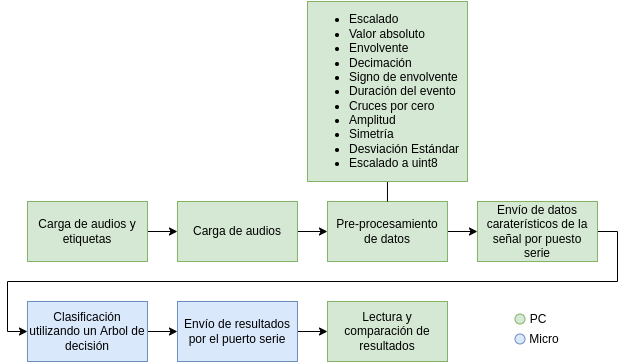
Before: ia-embebida/tp-final/assets/img/diagrama-de-flujo.png, a diagram exported from draw.io (achurichi/CEIA). Source tidied: cells renumbered, new cells last; positions are measured from the earlier drawing's top-left corner, leaving out a move shared by most shapes. Its diagram source:
```xml
<mxGraphModel>
  <root>
    <mxCell id="0" />
    <mxCell id="1" parent="0" />
    <mxCell id="2" style="edgeStyle=orthogonalEdgeStyle;rounded=0;jettySize=auto;html=1;entryX=0;entryY=0.5;entryDx=0;entryDy=0;endArrow=classic;endFill=1;" parent="1" edge="1" source="3" target="5">
      <mxGeometry relative="1" as="geometry" />
    </mxCell>
    <mxCell id="3" value="Carga de audios y etiquetas" style="rounded=0;whiteSpace=wrap;html=1;fillColor=#d5e8d4;strokeColor=#82b366;" parent="1" vertex="1">
      <mxGeometry x="20" y="200" width="120" height="60" as="geometry" />
    </mxCell>
    <mxCell id="4" style="edgeStyle=orthogonalEdgeStyle;rounded=0;jettySize=auto;html=1;entryX=0;entryY=0.5;entryDx=0;entryDy=0;endArrow=classic;endFill=1;" parent="1" edge="1" source="5" target="7">
      <mxGeometry relative="1" as="geometry" />
    </mxCell>
    <mxCell id="5" value="Carga de audios" style="rounded=0;whiteSpace=wrap;html=1;fillColor=#d5e8d4;strokeColor=#82b366;" parent="1" vertex="1">
      <mxGeometry x="170" y="200" width="120" height="60" as="geometry" />
    </mxCell>
    <mxCell id="6" style="edgeStyle=orthogonalEdgeStyle;rounded=0;jettySize=auto;html=1;entryX=0;entryY=0.5;entryDx=0;entryDy=0;endArrow=classic;endFill=1;" parent="1" edge="1" source="7" target="9">
      <mxGeometry relative="1" as="geometry" />
    </mxCell>
    <mxCell id="7" value="Pre-procesamiento de datos" style="rounded=0;whiteSpace=wrap;html=1;fillColor=#d5e8d4;strokeColor=#82b366;" parent="1" vertex="1">
      <mxGeometry x="320" y="200" width="120" height="60" as="geometry" />
    </mxCell>
    <mxCell id="8" style="edgeStyle=orthogonalEdgeStyle;rounded=0;jettySize=auto;html=1;entryX=0;entryY=0.5;entryDx=0;entryDy=0;endArrow=classic;endFill=1;" parent="1" edge="1" source="9" target="11">
      <mxGeometry relative="1" as="geometry">
        <Array as="points">
          <mxPoint x="610" y="230" />
          <mxPoint x="610" y="280" />
          <mxPoint y="280" />
          <mxPoint y="330" />
        </Array>
      </mxGeometry>
    </mxCell>
    <mxCell id="9" value="Envío de datos caraterísticos de la señal por puesto serie" style="rounded=0;whiteSpace=wrap;html=1;fillColor=#d5e8d4;strokeColor=#82b366;" parent="1" vertex="1">
      <mxGeometry x="470" y="200" width="120" height="60" as="geometry" />
    </mxCell>
    <mxCell id="10" style="edgeStyle=orthogonalEdgeStyle;rounded=0;jettySize=auto;html=1;entryX=0;entryY=0.5;entryDx=0;entryDy=0;endArrow=classic;endFill=1;" parent="1" edge="1" source="11" target="15">
      <mxGeometry relative="1" as="geometry" />
    </mxCell>
    <mxCell id="11" value="Clasificación utilizando un Arbol de decisión" style="rounded=0;whiteSpace=wrap;html=1;fillColor=#dae8fc;strokeColor=#6c8ebf;" parent="1" vertex="1">
      <mxGeometry x="20" y="300" width="120" height="60" as="geometry" />
    </mxCell>
    <mxCell id="12" style="edgeStyle=orthogonalEdgeStyle;rounded=0;jettySize=auto;html=1;exitX=0.5;exitY=1;exitDx=0;exitDy=0;entryX=0.5;entryY=0;entryDx=0;entryDy=0;endArrow=none;endFill=0;" parent="1" edge="1" source="13" target="7">
      <mxGeometry relative="1" as="geometry" />
    </mxCell>
    <mxCell id="13" value="&lt;ul&gt;&lt;li style=&quot;&quot;&gt;&lt;span style=&quot;background-color: initial;&quot;&gt;Escalado&lt;/span&gt;&lt;/li&gt;&lt;li style=&quot;&quot;&gt;Valor absoluto&lt;/li&gt;&lt;li style=&quot;&quot;&gt;Envolvente&lt;/li&gt;&lt;li style=&quot;&quot;&gt;Decimación&lt;/li&gt;&lt;li style=&quot;&quot;&gt;Signo de envolvente&lt;/li&gt;&lt;li style=&quot;&quot;&gt;Duración del evento&lt;/li&gt;&lt;li style=&quot;&quot;&gt;Cruces por cero&lt;/li&gt;&lt;li style=&quot;&quot;&gt;Amplitud&lt;/li&gt;&lt;li style=&quot;&quot;&gt;Simetría&lt;/li&gt;&lt;li style=&quot;&quot;&gt;Desviación Estándar&lt;/li&gt;&lt;li style=&quot;&quot;&gt;Escalado a uint8&lt;/li&gt;&lt;/ul&gt;" style="rounded=0;whiteSpace=wrap;html=1;align=left;fillColor=#d5e8d4;strokeColor=#82b366;" parent="1" vertex="1">
      <mxGeometry x="300" width="160" height="180" as="geometry" />
    </mxCell>
    <mxCell id="14" style="edgeStyle=orthogonalEdgeStyle;rounded=0;jettySize=auto;html=1;entryX=0;entryY=0.5;entryDx=0;entryDy=0;endArrow=classic;endFill=1;" parent="1" edge="1" source="15" target="16">
      <mxGeometry relative="1" as="geometry" />
    </mxCell>
    <mxCell id="15" value="Envío de resultados por el puerto serie" style="rounded=0;whiteSpace=wrap;html=1;fillColor=#dae8fc;strokeColor=#6c8ebf;" parent="1" vertex="1">
      <mxGeometry x="170" y="300" width="120" height="60" as="geometry" />
    </mxCell>
    <mxCell id="16" value="Lectura y comparación de resultados" style="rounded=0;whiteSpace=wrap;html=1;fillColor=#d5e8d4;strokeColor=#82b366;" parent="1" vertex="1">
      <mxGeometry x="320" y="300" width="120" height="60" as="geometry" />
    </mxCell>
    <mxCell id="17" style="ellipse;whiteSpace=wrap;html=1;fillColor=#d5e8d4;strokeColor=#82b366;" parent="1" vertex="1">
      <mxGeometry x="507.5" y="312.5" width="10" height="10" as="geometry" />
    </mxCell>
    <mxCell id="18" style="ellipse;whiteSpace=wrap;html=1;fillColor=#dae8fc;strokeColor=#6c8ebf;" parent="1" vertex="1">
      <mxGeometry x="507.5" y="332.5" width="10" height="10" as="geometry" />
    </mxCell>
    <mxCell id="19" value="PC" style="text;html=1;strokeColor=none;fillColor=none;align=center;verticalAlign=middle;whiteSpace=wrap;rounded=0;" parent="1" vertex="1">
      <mxGeometry x="521.5" y="312.5" width="20" height="10" as="geometry" />
    </mxCell>
    <mxCell id="20" value="Micro" style="text;html=1;strokeColor=none;fillColor=none;align=center;verticalAlign=middle;whiteSpace=wrap;rounded=0;" parent="1" vertex="1">
      <mxGeometry x="522.5" y="327.5" width="30" height="20" as="geometry" />
    </mxCell>
  </root>
</mxGraphModel>
```
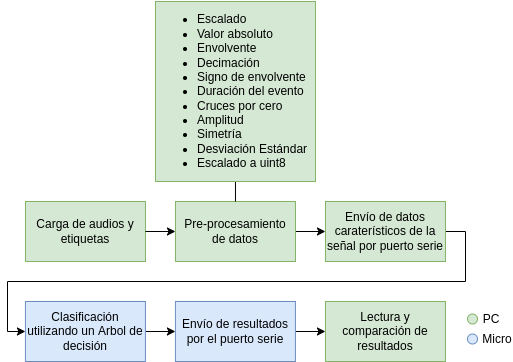
Later version of the same file.

Commit message:
Fix flow diagram

What changed in the source:
```diff
@@ -2,18 +2,14 @@
   <root>
     <mxCell id="0" />
     <mxCell id="1" parent="0" />
-    <mxCell id="2" style="edgeStyle=orthogonalEdgeStyle;rounded=0;jettySize=auto;html=1;entryX=0;entryY=0.5;entryDx=0;entryDy=0;endArrow=classic;endFill=1;" parent="1" edge="1" source="3" target="5">
-      <mxGeometry relative="1" as="geometry" />
-    </mxCell>
     <mxCell id="3" value="Carga de audios y etiquetas" style="rounded=0;whiteSpace=wrap;html=1;fillColor=#d5e8d4;strokeColor=#82b366;" parent="1" vertex="1">
-      <mxGeometry x="20" y="200" width="120" height="60" as="geometry" />
+      <mxGeometry x="170" y="200" width="120" height="60" as="geometry" />
     </mxCell>
-    <mxCell id="4" style="edgeStyle=orthogonalEdgeStyle;rounded=0;jettySize=auto;html=1;entryX=0;entryY=0.5;entryDx=0;entryDy=0;endArrow=classic;endFill=1;" parent="1" edge="1" source="5" target="7">
-      <mxGeometry relative="1" as="geometry" />
+    <mxCell id="4" style="edgeStyle=orthogonalEdgeStyle;rounded=0;jettySize=auto;html=1;entryX=0;entryY=0.5;entryDx=0;entryDy=0;endArrow=classic;endFill=1;" parent="1" edge="1" target="7">
+      <mxGeometry relative="1" as="geometry">
+        <mxPoint x="290" y="230" as="sourcePoint" />
+      </mxGeometry>
     </mxCell>
-    <mxCell id="5" value="Carga de audios" style="rounded=0;whiteSpace=wrap;html=1;fillColor=#d5e8d4;strokeColor=#82b366;" parent="1" vertex="1">
-      <mxGeometry x="170" y="200" width="120" height="60" as="geometry" />
-    </mxCell>
     <mxCell id="6" style="edgeStyle=orthogonalEdgeStyle;rounded=0;jettySize=auto;html=1;entryX=0;entryY=0.5;entryDx=0;entryDy=0;endArrow=classic;endFill=1;" parent="1" edge="1" source="7" target="9">
       <mxGeometry relative="1" as="geometry" />
     </mxCell>
@@ -25,19 +21,19 @@
         <Array as="points">
           <mxPoint x="610" y="230" />
           <mxPoint x="610" y="280" />
-          <mxPoint y="280" />
-          <mxPoint y="330" />
+          <mxPoint x="152" y="280" />
+          <mxPoint x="152" y="330" />
         </Array>
       </mxGeometry>
     </mxCell>
-    <mxCell id="9" value="Envío de datos caraterísticos de la señal por puesto serie" style="rounded=0;whiteSpace=wrap;html=1;fillColor=#d5e8d4;strokeColor=#82b366;" parent="1" vertex="1">
+    <mxCell id="9" value="Envío de datos caraterísticos de la señal por puerto serie" style="rounded=0;whiteSpace=wrap;html=1;fillColor=#d5e8d4;strokeColor=#82b366;" parent="1" vertex="1">
       <mxGeometry x="470" y="200" width="120" height="60" as="geometry" />
     </mxCell>
     <mxCell id="10" style="edgeStyle=orthogonalEdgeStyle;rounded=0;jettySize=auto;html=1;entryX=0;entryY=0.5;entryDx=0;entryDy=0;endArrow=classic;endFill=1;" parent="1" edge="1" source="11" target="15">
       <mxGeometry relative="1" as="geometry" />
     </mxCell>
     <mxCell id="11" value="Clasificación utilizando un Arbol de decisión" style="rounded=0;whiteSpace=wrap;html=1;fillColor=#dae8fc;strokeColor=#6c8ebf;" parent="1" vertex="1">
-      <mxGeometry x="20" y="300" width="120" height="60" as="geometry" />
+      <mxGeometry x="169.9" y="300" width="120" height="60" as="geometry" />
     </mxCell>
     <mxCell id="12" style="edgeStyle=orthogonalEdgeStyle;rounded=0;jettySize=auto;html=1;exitX=0.5;exitY=1;exitDx=0;exitDy=0;entryX=0.5;entryY=0;entryDx=0;entryDy=0;endArrow=none;endFill=0;" parent="1" edge="1" source="13" target="7">
       <mxGeometry relative="1" as="geometry" />
@@ -49,22 +45,22 @@
       <mxGeometry relative="1" as="geometry" />
     </mxCell>
     <mxCell id="15" value="Envío de resultados por el puerto serie" style="rounded=0;whiteSpace=wrap;html=1;fillColor=#dae8fc;strokeColor=#6c8ebf;" parent="1" vertex="1">
-      <mxGeometry x="170" y="300" width="120" height="60" as="geometry" />
+      <mxGeometry x="319.9" y="300" width="120" height="60" as="geometry" />
     </mxCell>
     <mxCell id="16" value="Lectura y comparación de resultados" style="rounded=0;whiteSpace=wrap;html=1;fillColor=#d5e8d4;strokeColor=#82b366;" parent="1" vertex="1">
-      <mxGeometry x="320" y="300" width="120" height="60" as="geometry" />
+      <mxGeometry x="470" y="300" width="120" height="60" as="geometry" />
     </mxCell>
     <mxCell id="17" style="ellipse;whiteSpace=wrap;html=1;fillColor=#d5e8d4;strokeColor=#82b366;" parent="1" vertex="1">
-      <mxGeometry x="507.5" y="312.5" width="10" height="10" as="geometry" />
+      <mxGeometry x="612" y="312.5" width="10" height="10" as="geometry" />
     </mxCell>
     <mxCell id="18" style="ellipse;whiteSpace=wrap;html=1;fillColor=#dae8fc;strokeColor=#6c8ebf;" parent="1" vertex="1">
-      <mxGeometry x="507.5" y="332.5" width="10" height="10" as="geometry" />
+      <mxGeometry x="612" y="332.5" width="10" height="10" as="geometry" />
     </mxCell>
     <mxCell id="19" value="PC" style="text;html=1;strokeColor=none;fillColor=none;align=center;verticalAlign=middle;whiteSpace=wrap;rounded=0;" parent="1" vertex="1">
-      <mxGeometry x="521.5" y="312.5" width="20" height="10" as="geometry" />
+      <mxGeometry x="626" y="312.5" width="20" height="10" as="geometry" />
     </mxCell>
     <mxCell id="20" value="Micro" style="text;html=1;strokeColor=none;fillColor=none;align=center;verticalAlign=middle;whiteSpace=wrap;rounded=0;" parent="1" vertex="1">
-      <mxGeometry x="522.5" y="327.5" width="30" height="20" as="geometry" />
+      <mxGeometry x="627" y="327.5" width="30" height="20" as="geometry" />
     </mxCell>
   </root>
 </mxGraphModel>
```
